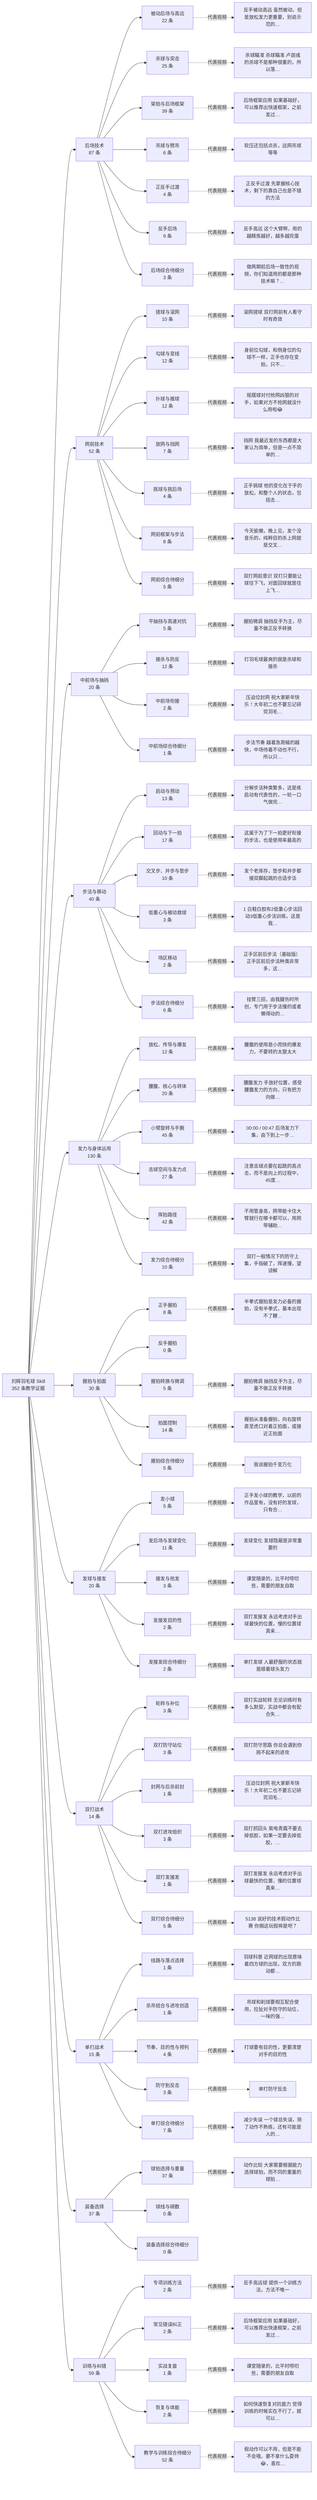
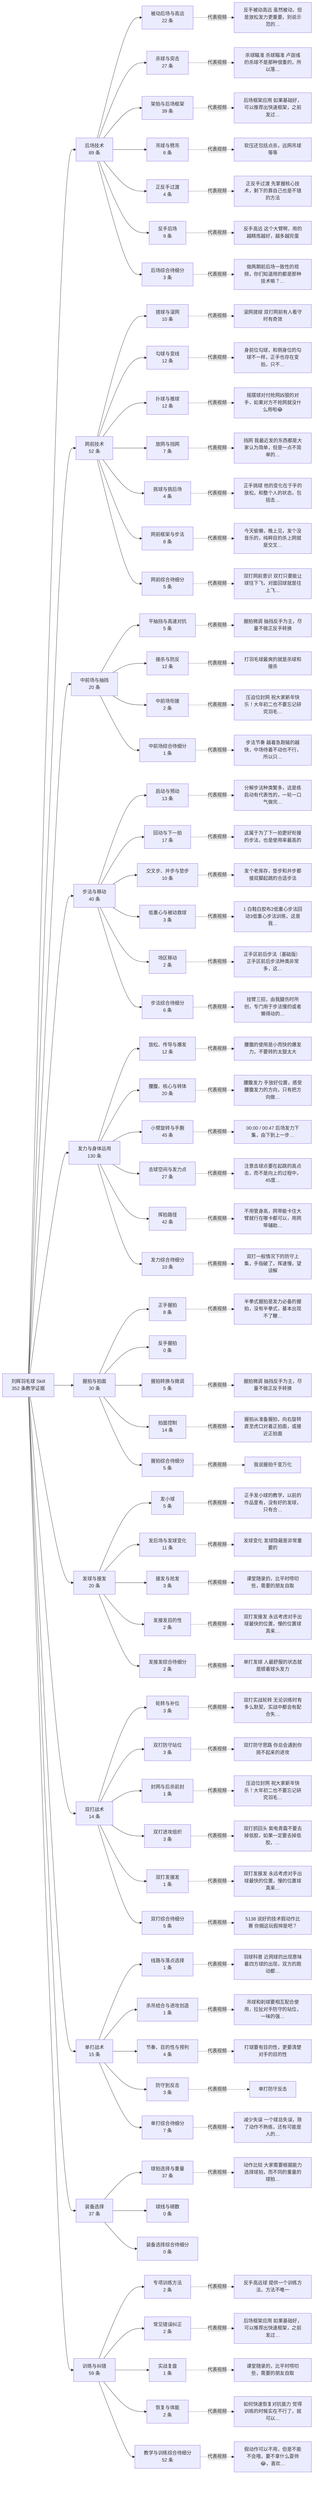
flowchart LR
  root["刘辉羽毛球 Skill<br/>352 条教学证据"]
-   c0["后场技术<br/>87 条"]
+   c0["后场技术<br/>89 条"]
  root --> c0
  s0_0["被动后场与高远<br/>22 条"]
  c0 --> s0_0
  v0_0["反手被动高远 虽然被动，但是放松发力更重要，别说示范的…"]
  s0_0 -.代表视频.-> v0_0
-   s0_1["杀球与突击<br/>25 条"]
+   s0_1["杀球与突击<br/>27 条"]
  c0 --> s0_1
  v0_1["杀球瞄准 杀球瞄准 卢迦彧的杀球不是那种很重的，所以落…"]
  s0_1 -.代表视频.-> v0_1
  s0_2["架拍与后场框架<br/>39 条"]
  c0 --> s0_2
  v0_2["后场框架应用 如果基础好，可以推荐出快速框架，之前发过…"]
  s0_2 -.代表视频.-> v0_2
  s0_3["吊球与劈吊<br/>6 条"]
  c0 --> s0_3
  v0_3["软压还包括点杀，远网吊球等等"]
  s0_3 -.代表视频.-> v0_3
  s0_4["正反手过渡<br/>4 条"]
  c0 --> s0_4
  v0_4["正反手过渡 先掌握核心技术，剩下的靠自己也是不错的方法"]
  s0_4 -.代表视频.-> v0_4
  s0_5["反手后场<br/>9 条"]
  c0 --> s0_5
  v0_5["反手高远 这个大臂啊，用的越精炼越好，越多越完蛋"]
  s0_5 -.代表视频.-> v0_5
  s0_6["后场综合待细分<br/>3 条"]
  c0 --> s0_6
  v0_6["做两期前后场一致性的视频，你们知道用的都是那种技术嘛？…"]
  s0_6 -.代表视频.-> v0_6
  c1["网前技术<br/>52 条"]
  root --> c1
  s1_0["搓球与滚网<br/>10 条"]
  c1 --> s1_0
  v1_0["滚网搓球 双打网前有人看守时有奇效"]
  s1_0 -.代表视频.-> v1_0
  s1_1["勾球与变线<br/>12 条"]
  c1 --> s1_1
  v1_1["身前位勾球，和侧身位的勾球不一样，正手也存在变拍，只不…"]
  s1_1 -.代表视频.-> v1_1
  s1_2["扑球与推球<br/>12 条"]
  c1 --> s1_2
  v1_2["摇摆球对付抢网凶狠的对手，如果对方不抢网就没什么用啦😂"]
  s1_2 -.代表视频.-> v1_2
  s1_3["放网与挡网<br/>7 条"]
  c1 --> s1_3
  v1_3["挡网 我最近发的东西都是大家认为简单，但是一点不简单的…"]
  s1_3 -.代表视频.-> v1_3
  s1_4["挑球与挑后场<br/>4 条"]
  c1 --> s1_4
  v1_4["正手挑球 他的变化在于手的放松，和整个人的状态，包括击…"]
  s1_4 -.代表视频.-> v1_4
  s1_5["网前框架与步法<br/>8 条"]
  c1 --> s1_5
  v1_5["今天偷懒，晚上见，发个没音乐的，纯粹目的杀上网就是交叉…"]
  s1_5 -.代表视频.-> v1_5
  s1_6["网前综合待细分<br/>5 条"]
  c1 --> s1_6
  v1_6["双打网前意识 双打只要能让球往下飞，对面回球就是往上飞…"]
  s1_6 -.代表视频.-> v1_6
  c2["中前场与抽挡<br/>20 条"]
  root --> c2
  s2_0["平抽挡与高速对抗<br/>5 条"]
  c2 --> s2_0
  v2_0["握拍微调 抽挡反手为主，尽量不做正反手转换"]
  s2_0 -.代表视频.-> v2_0
  s2_1["接杀与防反<br/>12 条"]
  c2 --> s2_1
  v2_1["打羽毛球最爽的就是杀球和接杀"]
  s2_1 -.代表视频.-> v2_1
  s2_2["中前场衔接<br/>2 条"]
  c2 --> s2_2
  v2_2["压迫位封网 祝大家新年快乐！大年初二也不要忘记研究羽毛…"]
  s2_2 -.代表视频.-> v2_2
  s2_3["中前场综合待细分<br/>1 条"]
  c2 --> s2_3
  v2_3["步法节奏 越着急跑输的越快，中场待着不动也不行，所以只…"]
  s2_3 -.代表视频.-> v2_3
  c3["步法与移动<br/>40 条"]
  root --> c3
  s3_0["启动与预动<br/>13 条"]
  c3 --> s3_0
  v3_0["分解步法种类繁多，这是练启动有代表性的，一轮一口气做完…"]
  s3_0 -.代表视频.-> v3_0
  s3_1["回动与下一拍<br/>17 条"]
  c3 --> s3_1
  v3_1["这属于为了下一拍更好衔接的步法，也是使用率最高的"]
  s3_1 -.代表视频.-> v3_1
  s3_2["交叉步、并步与垫步<br/>10 条"]
  c3 --> s3_2
  v3_2["发个老库存，垫步和并步都接双脚起跳的合适步法"]
  s3_2 -.代表视频.-> v3_2
  s3_3["低重心与被动救球<br/>3 条"]
  c3 --> s3_3
  v3_3["1 白鞋白胶布2低重心步法回动3低重心步法训练，这是我…"]
  s3_3 -.代表视频.-> v3_3
  s3_4["场区移动<br/>2 条"]
  c3 --> s3_4
  v3_4["正手区前后步法（基础版） 正手区前后步法种类非常多，这…"]
  s3_4 -.代表视频.-> v3_4
  s3_5["步法综合待细分<br/>6 条"]
  c3 --> s3_5
  v3_5["挂臂三招，由我腿伤时所创，专门用于步法慢的或者懒得动的…"]
  s3_5 -.代表视频.-> v3_5
  c4["发力与身体运用<br/>130 条"]
  root --> c4
  s4_0["放松、传导与爆发<br/>12 条"]
  c4 --> s4_0
  v4_0["腰腹的使用是小而快的爆发力，不要转的太狠太大"]
  s4_0 -.代表视频.-> v4_0
  s4_1["腰腹、核心与转体<br/>20 条"]
  c4 --> s4_1
  v4_1["腰腹发力 手放好位置，感受腰腹发力的方向，只有把方向做…"]
  s4_1 -.代表视频.-> v4_1
  s4_2["小臂旋转与手腕<br/>45 条"]
  c4 --> s4_2
  v4_2["00:00 / 00:47 后场发力下集，由下到上一步…"]
  s4_2 -.代表视频.-> v4_2
  s4_3["击球空间与发力点<br/>27 条"]
  c4 --> s4_3
  v4_3["注意击球点要在起跳的高点击，而不是向上的过程中，45度…"]
  s4_3 -.代表视频.-> v4_3
  s4_4["挥拍路径<br/>42 条"]
  c4 --> s4_4
  v4_4["不用管身高，网带能卡住大臂就行在哪卡都可以，用网带辅助…"]
  s4_4 -.代表视频.-> v4_4
  s4_5["发力综合待细分<br/>10 条"]
  c4 --> s4_5
  v4_5["双打一般情况下的防守上集，手指破了，挥速慢，望谅解"]
  s4_5 -.代表视频.-> v4_5
  c5["握拍与拍面<br/>30 条"]
  root --> c5
  s5_0["正手握拍<br/>8 条"]
  c5 --> s5_0
  v5_0["半拳式握拍是发力必备的握拍，没有半拳式，基本出现不了鞭…"]
  s5_0 -.代表视频.-> v5_0
  s5_1["反手握拍<br/>0 条"]
  c5 --> s5_1
  s5_2["握拍转换与微调<br/>5 条"]
  c5 --> s5_2
  v5_2["握拍微调 抽挡反手为主，尽量不做正反手转换"]
  s5_2 -.代表视频.-> v5_2
  s5_3["拍面控制<br/>14 条"]
  c5 --> s5_3
  v5_3["握拍从准备握拍，向右旋转直至虎口对着正拍面，或接近正拍面"]
  s5_3 -.代表视频.-> v5_3
  s5_4["握拍综合待细分<br/>5 条"]
  c5 --> s5_4
  v5_4["我说握拍千变万化"]
  s5_4 -.代表视频.-> v5_4
  c6["发球与接发<br/>20 条"]
  root --> c6
  s6_0["发小球<br/>5 条"]
  c6 --> s6_0
  v6_0["正手发小球的教学，以前的作品里有，没有好的发球，只有合…"]
  s6_0 -.代表视频.-> v6_0
  s6_1["发后场与发球变化<br/>11 条"]
  c6 --> s6_1
  v6_1["发球变化 发球隐蔽是非常重要的"]
  s6_1 -.代表视频.-> v6_1
  s6_2["接发与抢发<br/>3 条"]
  c6 --> s6_2
  v6_2["课堂随录的，比平时唠叨些，需要的朋友自取"]
  s6_2 -.代表视频.-> v6_2
  s6_3["发接发目的性<br/>2 条"]
  c6 --> s6_3
  v6_3["双打发接发 永远考虑对手出球最快的位置，慢的位置球真来…"]
  s6_3 -.代表视频.-> v6_3
  s6_4["发接发综合待细分<br/>2 条"]
  c6 --> s6_4
  v6_4["单打发球 人最舒服的状态就是顺着球头发力"]
  s6_4 -.代表视频.-> v6_4
  c7["双打战术<br/>14 条"]
  root --> c7
  s7_0["轮转与补位<br/>3 条"]
  c7 --> s7_0
  v7_0["双打实战轮转 无论训练时有多么默契，实战中都会有配合失…"]
  s7_0 -.代表视频.-> v7_0
  s7_1["双打防守站位<br/>3 条"]
  c7 --> s7_1
  v7_1["双打防守思路 你总会遇到你挑不起来的进攻"]
  s7_1 -.代表视频.-> v7_1
  s7_2["封网与后杀前封<br/>1 条"]
  c7 --> s7_2
  v7_2["压迫位封网 祝大家新年快乐！大年初二也不要忘记研究羽毛…"]
  s7_2 -.代表视频.-> v7_2
  s7_3["双打进攻组织<br/>3 条"]
  c7 --> s7_3
  v7_3["双打抓回头 紫电青霜不要去掉低胶，如果一定要去掉低胶，…"]
  s7_3 -.代表视频.-> v7_3
  s7_4["双打发接发<br/>1 条"]
  c7 --> s7_4
  v7_4["双打发接发 永远考虑对手出球最快的位置，慢的位置球真来…"]
  s7_4 -.代表视频.-> v7_4
  s7_5["双打综合待细分<br/>5 条"]
  c7 --> s7_5
  v7_5["5138 说好的技术假动作比赛 你搁这玩假摔是吧？"]
  s7_5 -.代表视频.-> v7_5
  c8["单打战术<br/>15 条"]
  root --> c8
  s8_0["线路与落点选择<br/>1 条"]
  c8 --> s8_0
  v8_0["羽球科普 近网球的出现意味着四方球的出现，双方的跑动都…"]
  s8_0 -.代表视频.-> v8_0
  s8_1["杀吊结合与进攻创造<br/>1 条"]
  c8 --> s8_1
  v8_1["吊球和刹球要相互配合使用，拉扯对手防守的站位，一味的强…"]
  s8_1 -.代表视频.-> v8_1
  s8_2["节奏、目的性与预判<br/>4 条"]
  c8 --> s8_2
  v8_2["打球要有目的性，更要清楚对手的目的性"]
  s8_2 -.代表视频.-> v8_2
  s8_3["防守到反击<br/>3 条"]
  c8 --> s8_3
  v8_3["单打防守反击"]
  s8_3 -.代表视频.-> v8_3
  s8_4["单打综合待细分<br/>7 条"]
  c8 --> s8_4
  v8_4["减少失误 一个球总失误，除了动作不熟练，还有可能是人的…"]
  s8_4 -.代表视频.-> v8_4
  c9["装备选择<br/>37 条"]
  root --> c9
  s9_0["球拍选择与重量<br/>37 条"]
  c9 --> s9_0
  v9_0["动作比较 大家需要根据能力选择球拍，而不同的重量的球拍…"]
  s9_0 -.代表视频.-> v9_0
  s9_1["球线与磅数<br/>0 条"]
  c9 --> s9_1
  s9_2["装备选择综合待细分<br/>0 条"]
  c9 --> s9_2
  c10["训练与纠错<br/>59 条"]
  root --> c10
  s10_0["专项训练方法<br/>2 条"]
  c10 --> s10_0
  v10_0["反手高远球 提供一个训练方法，方法不唯一"]
  s10_0 -.代表视频.-> v10_0
  s10_1["常见错误纠正<br/>2 条"]
  c10 --> s10_1
  v10_1["后场框架应用 如果基础好，可以推荐出快速框架，之前发过…"]
  s10_1 -.代表视频.-> v10_1
  s10_2["实战复盘<br/>1 条"]
  c10 --> s10_2
  v10_2["课堂随录的，比平时唠叨些，需要的朋友自取"]
  s10_2 -.代表视频.-> v10_2
  s10_3["恢复与体能<br/>2 条"]
  c10 --> s10_3
  v10_3["如何快速恢复对抗能力 觉得训练的时候实在不行了，就可以…"]
  s10_3 -.代表视频.-> v10_3
  s10_4["教学与训练综合待细分<br/>52 条"]
  c10 --> s10_4
  v10_4["假动作可以不用，但是不能不会哦，要不拿什么耍帅😂，喜欢…"]
  s10_4 -.代表视频.-> v10_4
